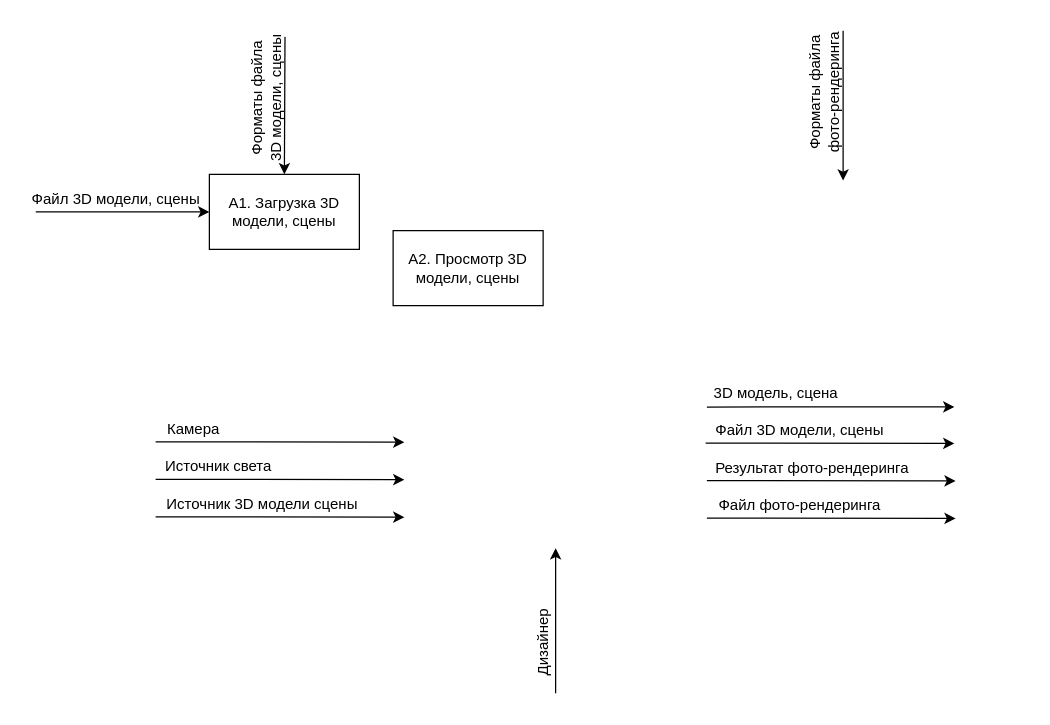
The draw.io diagram page "Уровень_1" (2 of 2) of module_2/IDEF0.drawio in SheinEA/gb_architect, before the edit. Source tidied: cells renumbered, new cells numbered last; positions are measured from the earlier drawing's top-left corner, leaving out a move shared by most shapes. Both pictures are drawn from the tidied source at 125%, with x=0, y=0 at pixel (21, 30).
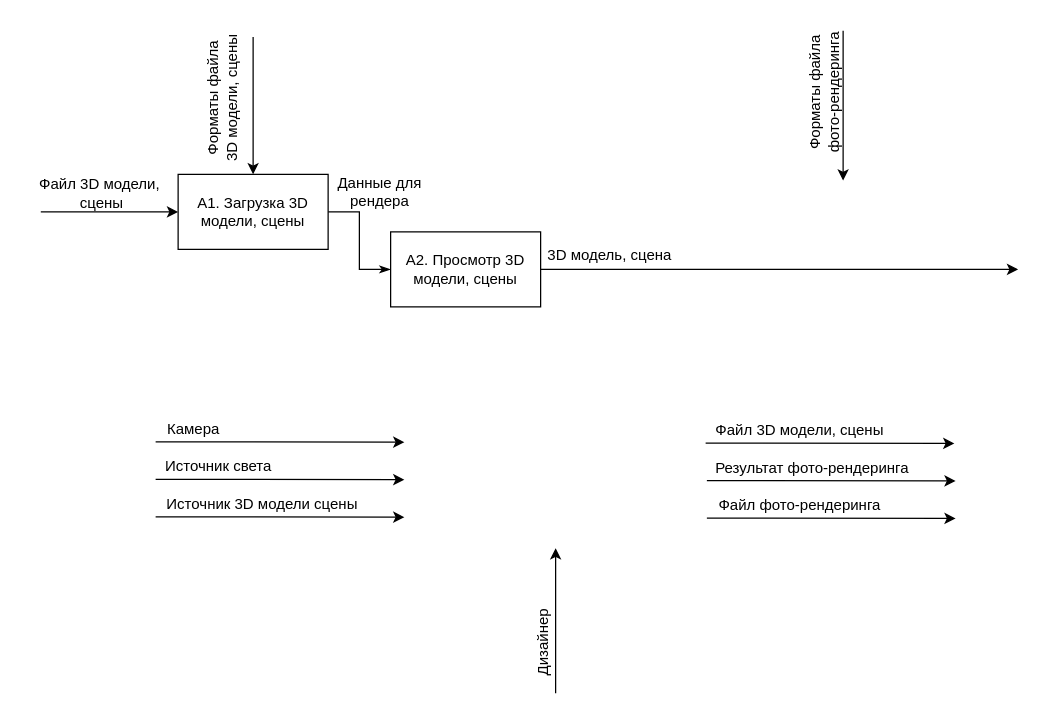
The same diagram, later.

Diff of the diagram source:
```diff
@@
-    <mxCell id="3" value="Файл 3D модели, сцены" style="text;html=1;align=center;verticalAlign=middle;points=[];strokeColor=none;" parent="1" vertex="1">
-      <mxGeometry y="125" width="150" height="20" as="geometry" />
+    <mxCell id="3" value="Файл 3D модели,&lt;br&gt;&amp;nbsp;сцены" style="text;html=1;align=center;verticalAlign=middle;points=[];strokeColor=none;" parent="1" vertex="1">
+      <mxGeometry x="7" y="115" width="110" height="30" as="geometry" />
     </mxCell>
-    <mxCell id="4" style="endArrow=classic;html=1;exitX=1.004;exitY=0.075;exitDx=0;exitDy=0;exitPerimeter=0;" parent="1" edge="1">
+    <mxCell id="4" style="endArrow=classic;html=1;exitX=1;exitY=0.5;exitDx=0;exitDy=0;" parent="1" edge="1" source="25">
       <mxGeometry relative="1" as="geometry">
-        <mxPoint x="548" y="301.1" as="sourcePoint" />
-        <mxPoint x="746" y="301" as="targetPoint" />
+        <mxPoint x="797" y="191" as="targetPoint" />
       </mxGeometry>
     </mxCell>
     <mxCell id="5" value="3D модель, сцена" style="text;html=1;align=center;verticalAlign=middle;strokeColor=none;" parent="1" vertex="1">
-      <mxGeometry x="548" y="280" width="110" height="20" as="geometry" />
+      <mxGeometry x="415" y="170" width="110" height="20" as="geometry" />
     </mxCell>
     <mxCell id="6" style="endArrow=classic;html=1;entryX=0.5;entryY=0;entryDx=0;entryDy=0;" parent="1" edge="1" target="24">
       <mxGeometry relative="1" as="geometry">
-        <mxPoint x="210.5" y="5" as="sourcePoint" />
+        <mxPoint x="185" y="5" as="sourcePoint" />
       </mxGeometry>
     </mxCell>
     <mxCell id="7" value="Форматы файла&lt;br&gt;3D модели, сцены" style="text;html=1;align=center;verticalAlign=middle;strokeColor=none;rotation=-90;" parent="1" vertex="1">
-      <mxGeometry x="135.5" y="40" width="120" height="30" as="geometry" />
+      <mxGeometry x="100.5" y="40" width="120" height="30" as="geometry" />
     </mxCell>
@@
+    <mxCell id="26" style="edgeStyle=orthogonalEdgeStyle;rounded=0;jettySize=auto;html=1;exitX=1;exitY=0.5;exitDx=0;exitDy=0;entryX=0;entryY=0.5;entryDx=0;entryDy=0;endArrow=classicThin;endFill=1;" parent="1" edge="1" source="24" target="25">
+      <mxGeometry relative="1" as="geometry" />
+    </mxCell>
     <mxCell id="24" value="&lt;span&gt;A1. Загрузка 3D модели, сцены&lt;/span&gt;" style="rounded=0;whiteSpace=wrap;html=1;" parent="1" vertex="1">
-      <mxGeometry x="150" y="115" width="120" height="60" as="geometry" />
+      <mxGeometry x="125" y="115" width="120" height="60" as="geometry" />
     </mxCell>
     <mxCell id="25" value="&lt;span&gt;A2.&amp;nbsp;&lt;/span&gt;Просмотр 3D модели, сцены" style="rounded=0;whiteSpace=wrap;html=1;" parent="1" vertex="1">
-      <mxGeometry x="297" y="160" width="120" height="60" as="geometry" />
+      <mxGeometry x="295" y="161" width="120" height="60" as="geometry" />
     </mxCell>
+    <mxCell id="27" value="Данные для &lt;br&gt;рендера" style="text;html=1;align=center;verticalAlign=middle;strokeColor=none;" parent="1" vertex="1">
+      <mxGeometry x="246" y="114" width="80" height="30" as="geometry" />
+    </mxCell>
```
